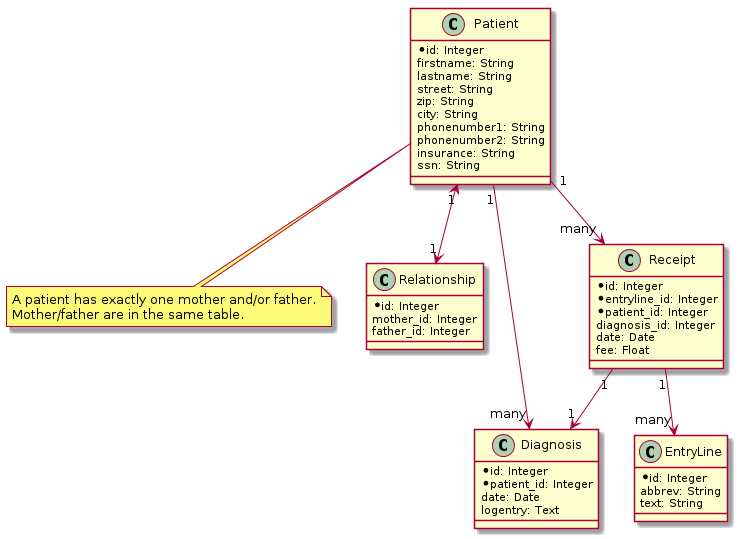
Earlier version of the PlantUML export doc/sippma_er.png (tosmi/sippma).
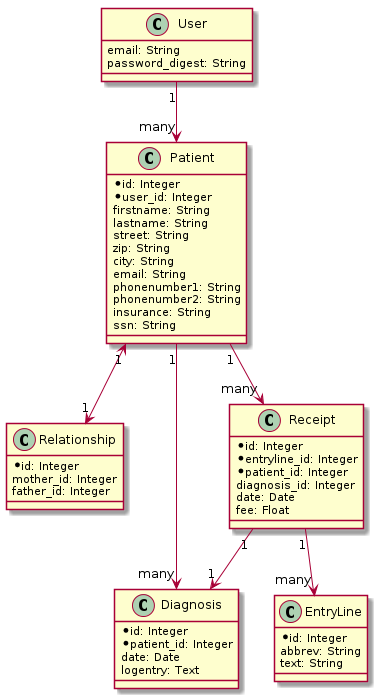
Above is the later version.

What changed in the source:
```diff
@@ -1,19 +1,23 @@
 @startuml
+class User {
+      email: String
+      password_digest: String
+}
+
 class Patient {
       *id: Integer
+      *user_id: Integer
       firstname: String
       lastname: String
       street: String
       zip: String
       city: String
+      email: String
       phonenumber1: String
       phonenumber2: String
       insurance: String
       ssn: String
 }
-
-note "A patient has exactly one mother and/or father.\nMother/father are in the same table." as N1
-Patient .. N1
 
 class Relationship {
       *id: Integer
@@ -43,6 +47,7 @@
       text: String
 }
 
+User    "1" --> "many" Patient
 Patient "1" <--> "1" Relationship
 Patient "1" --> "many" Diagnosis
 Patient "1" --> "many" Receipt
```
